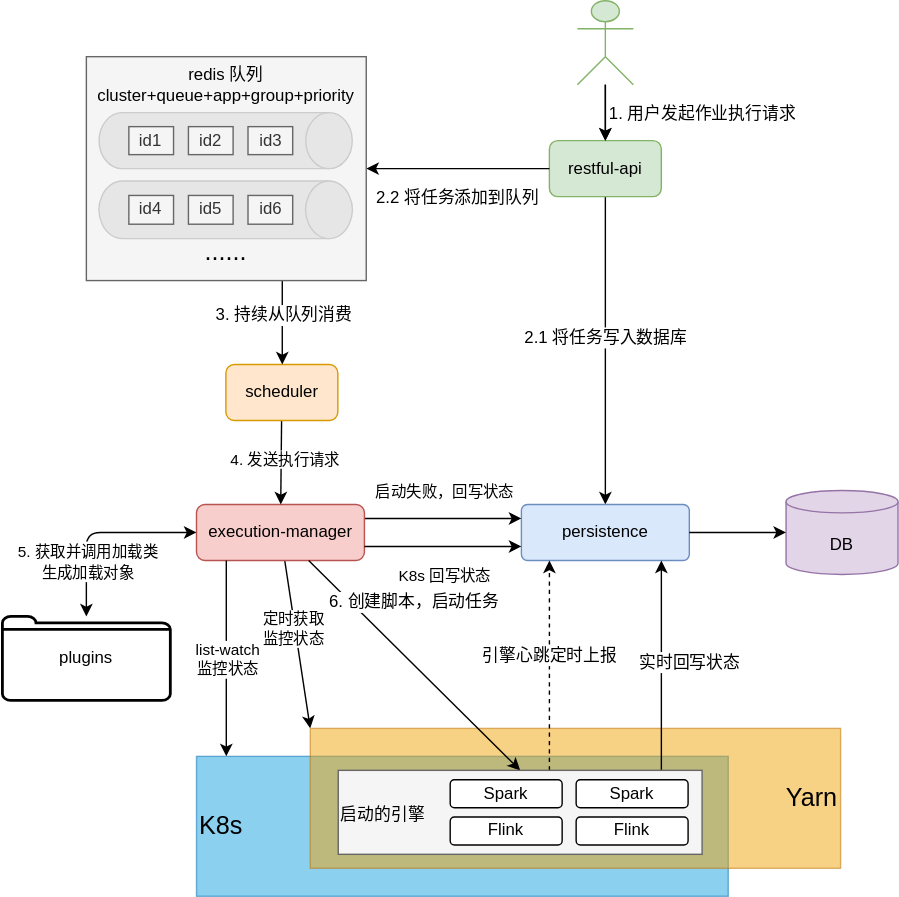
Before: doc/assets/img/engine_execution.svg, a diagram exported from draw.io (rarexixi/maple). Source tidied: cells renumbered, new cells last; positions are measured from the earlier drawing's top-left corner, leaving out a move shared by most shapes.
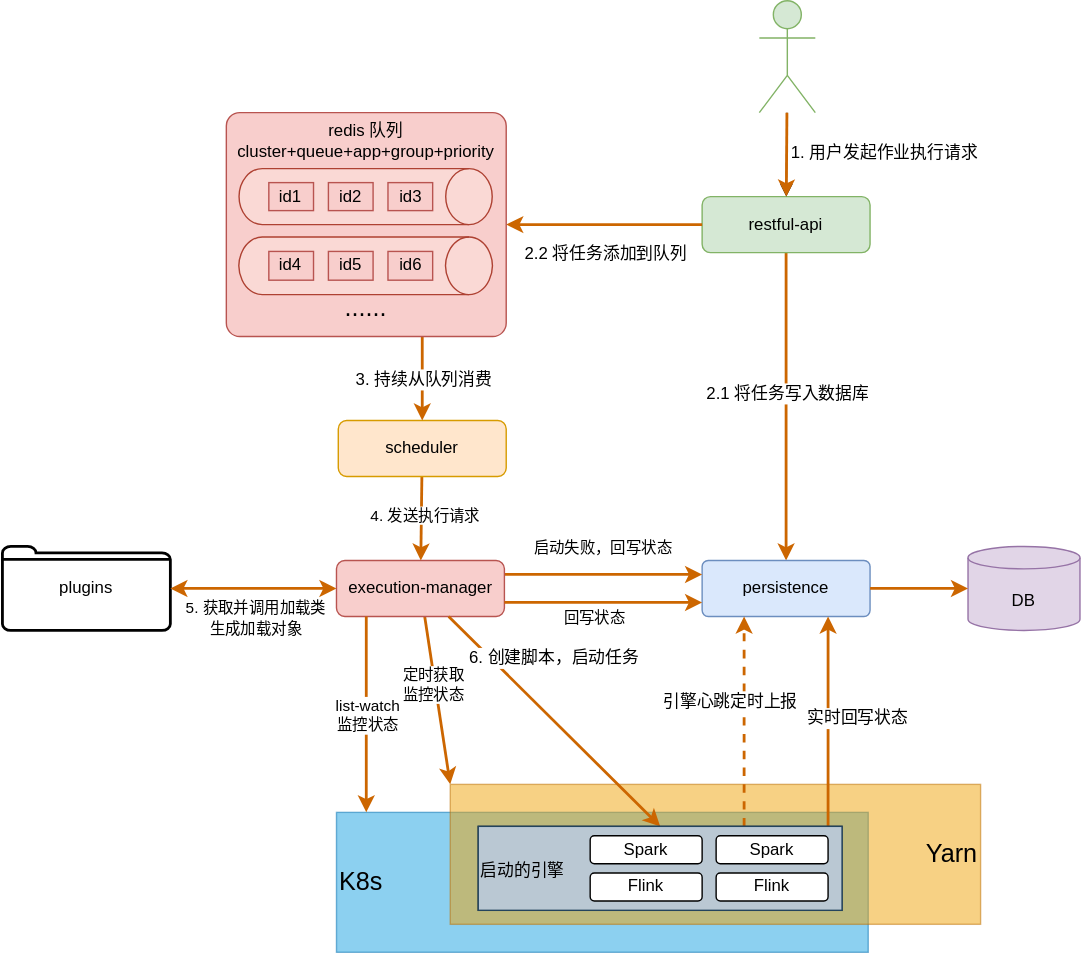
After the commit.

Commit message:
架构图修改

What changed in the source:
```diff
@@ -3,7 +3,7 @@
     <mxCell id="0" />
     <mxCell id="1" parent="0" />
     <mxCell id="2" style="group;" parent="1" vertex="1">
-      <mxGeometry y="440" width="120" height="60" as="geometry" />
+      <mxGeometry x="-100" y="350" width="120" height="60" as="geometry" />
     </mxCell>
     <mxCell id="3" style="html=1;verticalLabelPosition=bottom;align=center;labelBackgroundColor=#ffffff;verticalAlign=top;strokeWidth=2;shadow=0;dashed=0;shape=mxgraph.ios7.icons.folder;fontSize=12;" parent="2" vertex="1">
       <mxGeometry width="120" height="60" as="geometry" />
@@ -11,7 +11,7 @@
     <mxCell id="4" value="&lt;p&gt;plugins&lt;/p&gt;" style="text;html=1;strokeColor=none;fillColor=none;align=center;verticalAlign=middle;whiteSpace=wrap;rounded=0;" parent="2" vertex="1">
       <mxGeometry width="120" height="60" as="geometry" />
     </mxCell>
-    <mxCell id="5" style="edgeStyle=orthogonalEdgeStyle;html=1;fontSize=12;" parent="1" edge="1" source="7" target="8">
+    <mxCell id="5" style="edgeStyle=orthogonalEdgeStyle;html=1;fontSize=12;strokeWidth=2;strokeColor=#CC6600;" parent="1" edge="1" source="7" target="8">
       <mxGeometry relative="1" as="geometry" />
     </mxCell>
     <mxCell id="6" value="2.1 将任务写入数据库" style="edgeLabel;html=1;align=center;verticalAlign=middle;fontSize=12;" parent="5" vertex="1">
@@ -20,13 +20,13 @@
       </mxGeometry>
     </mxCell>
     <mxCell id="7" value="&lt;p&gt;restful-api&lt;/p&gt;" style="rounded=1;whiteSpace=wrap;html=1;fillColor=#d5e8d4;strokeColor=#82b366;" parent="1" vertex="1">
-      <mxGeometry x="390.9" y="100" width="80" height="40" as="geometry" />
+      <mxGeometry x="400" y="100" width="120" height="40" as="geometry" />
     </mxCell>
     <mxCell id="8" value="persistence" style="rounded=1;whiteSpace=wrap;html=1;arcSize=11;fillColor=#dae8fc;strokeColor=#6c8ebf;" parent="1" vertex="1">
-      <mxGeometry x="370.9" y="360" width="120" height="40" as="geometry" />
+      <mxGeometry x="400" y="360" width="120" height="40" as="geometry" />
     </mxCell>
     <mxCell id="9" value="&lt;font style=&quot;font-size: 12px;&quot;&gt;DB&lt;/font&gt;" style="shape=cylinder3;whiteSpace=wrap;html=1;boundedLbl=1;backgroundOutline=1;size=8;fontSize=18;fillColor=#e1d5e7;strokeColor=#9673a6;" parent="1" vertex="1">
-      <mxGeometry x="560" y="350" width="80" height="60" as="geometry" />
+      <mxGeometry x="590" y="350" width="80" height="60" as="geometry" />
     </mxCell>
     <mxCell id="10" style="edgeStyle=none;html=1;fontSize=12;" parent="1" edge="1" source="26" target="7">
       <mxGeometry relative="1" as="geometry" />
@@ -36,10 +36,10 @@
         <mxPoint x="68" y="4" as="offset" />
       </mxGeometry>
     </mxCell>
-    <mxCell id="12" style="html=1;fontSize=12;" parent="1" edge="1" source="8" target="9">
+    <mxCell id="12" style="html=1;fontSize=12;strokeWidth=2;strokeColor=#CC6600;" parent="1" edge="1" source="8" target="9">
       <mxGeometry relative="1" as="geometry" />
     </mxCell>
-    <mxCell id="13" style="html=1;fontSize=12;edgeStyle=orthogonalEdgeStyle;" parent="1" edge="1" source="7" target="30">
+    <mxCell id="13" style="html=1;fontSize=12;edgeStyle=orthogonalEdgeStyle;strokeWidth=2;strokeColor=#CC6600;" parent="1" edge="1" source="7" target="30">
       <mxGeometry relative="1" as="geometry" />
     </mxCell>
     <mxCell id="14" value="2.2 将任务添加到队列" style="edgeLabel;html=1;align=center;verticalAlign=middle;fontSize=12;" parent="13" vertex="1">
@@ -47,7 +47,7 @@
         <mxPoint x="-6" y="17" as="offset" />
       </mxGeometry>
     </mxCell>
-    <mxCell id="15" style="html=1;edgeStyle=orthogonalEdgeStyle;" parent="1" edge="1" source="19" target="8">
+    <mxCell id="15" style="html=1;edgeStyle=orthogonalEdgeStyle;strokeWidth=2;strokeColor=#CC6600;" parent="1" edge="1" source="19" target="8">
       <mxGeometry relative="1" as="geometry">
         <Array as="points">
           <mxPoint x="320" y="370" />
@@ -60,7 +60,7 @@
         <mxPoint x="7" y="-21" as="offset" />
       </mxGeometry>
     </mxCell>
-    <mxCell id="17" style="html=1;elbow=vertical;entryX=0;entryY=0;entryDx=0;entryDy=0;" parent="1" edge="1" source="19" target="44">
+    <mxCell id="17" style="html=1;elbow=vertical;entryX=0;entryY=0;entryDx=0;entryDy=0;strokeWidth=2;strokeColor=#CC6600;" parent="1" edge="1" source="19" target="44">
       <mxGeometry relative="1" as="geometry" />
     </mxCell>
     <mxCell id="18" value="定时获取&lt;br&gt;监控状态" style="edgeLabel;html=1;align=center;verticalAlign=middle;" parent="17" vertex="1">
@@ -71,7 +71,7 @@
     <mxCell id="19" value="&lt;p&gt;execution-manager&lt;br&gt;&lt;/p&gt;" style="rounded=1;whiteSpace=wrap;html=1;fontSize=12;fillColor=#f8cecc;strokeColor=#b85450;" parent="1" vertex="1">
       <mxGeometry x="138.7" y="360" width="120" height="40" as="geometry" />
     </mxCell>
-    <mxCell id="20" style="edgeStyle=none;html=1;" parent="1" edge="1" source="22" target="19">
+    <mxCell id="20" style="edgeStyle=none;html=1;strokeWidth=2;strokeColor=#CC6600;" parent="1" edge="1" source="22" target="19">
       <mxGeometry relative="1" as="geometry" />
     </mxCell>
     <mxCell id="21" value="4. 发送执行请求" style="edgeLabel;html=1;align=center;verticalAlign=middle;" parent="20" vertex="1">
@@ -80,9 +80,9 @@
       </mxGeometry>
     </mxCell>
     <mxCell id="22" value="&lt;p&gt;scheduler&lt;/p&gt;" style="rounded=1;whiteSpace=wrap;html=1;fillColor=#ffe6cc;strokeColor=#d79b00;" parent="1" vertex="1">
-      <mxGeometry x="159.7" y="260" width="80" height="40" as="geometry" />
+      <mxGeometry x="140" y="260" width="120" height="40" as="geometry" />
     </mxCell>
-    <mxCell id="23" style="endArrow=classic;startArrow=classic;html=1;fontSize=12;edgeStyle=orthogonalEdgeStyle;elbow=vertical;" parent="1" edge="1" source="4" target="19">
+    <mxCell id="23" style="endArrow=classic;startArrow=classic;html=1;fontSize=12;edgeStyle=orthogonalEdgeStyle;elbow=vertical;strokeWidth=2;strokeColor=#CC6600;" parent="1" edge="1" source="4" target="19">
       <mxGeometry relative="1" as="geometry">
         <Array as="points">
           <mxPoint x="60" y="380" />
@@ -91,16 +91,16 @@
     </mxCell>
     <mxCell id="24" value="&lt;span style=&quot;font-size: 11px;&quot;&gt;5. 获取并调用加载类&lt;/span&gt;&lt;br style=&quot;border-color: var(--border-color); font-size: 11px;&quot;&gt;&lt;span style=&quot;font-size: 11px;&quot;&gt;生成加载对象&lt;/span&gt;" style="edgeLabel;html=1;align=center;verticalAlign=middle;fontSize=12;" parent="23" vertex="1">
       <mxGeometry x="0.26" y="4" relative="1" as="geometry">
-        <mxPoint x="-28" y="24" as="offset" />
+        <mxPoint x="-15" y="24" as="offset" />
       </mxGeometry>
     </mxCell>
-    <mxCell id="25" style="edgeStyle=none;html=1;fontSize=12;" parent="1" edge="1" source="26" target="7">
+    <mxCell id="25" style="edgeStyle=none;html=1;fontSize=12;strokeWidth=2;strokeColor=#CC6600;" parent="1" edge="1" source="26" target="7">
       <mxGeometry relative="1" as="geometry" />
     </mxCell>
     <mxCell id="26" style="shape=umlActor;verticalLabelPosition=bottom;verticalAlign=top;html=1;outlineConnect=0;fontSize=12;fillColor=#d5e8d4;strokeColor=#82b366;" parent="1" vertex="1">
-      <mxGeometry x="410.9" width="40" height="60" as="geometry" />
+      <mxGeometry x="440.9" y="-40" width="40" height="80" as="geometry" />
     </mxCell>
-    <mxCell id="27" style="edgeStyle=orthogonalEdgeStyle;html=1;fontSize=12;" parent="1" edge="1" source="30" target="22">
+    <mxCell id="27" style="edgeStyle=orthogonalEdgeStyle;html=1;fontSize=12;strokeWidth=2;strokeColor=#CC6600;" parent="1" edge="1" source="30" target="22">
       <mxGeometry relative="1" as="geometry">
         <Array as="points">
           <mxPoint x="200" y="230" />
@@ -110,70 +110,29 @@
     </mxCell>
     <mxCell id="28" value="3. 持续从队列消费" style="edgeLabel;html=1;align=center;verticalAlign=middle;fontSize=12;" parent="27" vertex="1">
       <mxGeometry x="-0.13" relative="1" as="geometry">
-        <mxPoint y="-2" as="offset" />
+        <mxPoint y="4" as="offset" />
       </mxGeometry>
     </mxCell>
-    <mxCell id="29" style="group;" parent="1" vertex="1">
-      <mxGeometry x="60" y="40" width="200" height="160" as="geometry" />
-    </mxCell>
-    <mxCell id="30" style="rounded=1;whiteSpace=wrap;html=1;arcSize=0;fillColor=#f5f5f5;strokeColor=#666666;fontColor=#333333;" parent="29" vertex="1">
-      <mxGeometry width="200" height="160" as="geometry" />
-    </mxCell>
-    <mxCell id="31" value="redis 队列&lt;br&gt;cluster+queue+app+group+priority" style="text;html=1;strokeColor=none;fillColor=none;align=center;verticalAlign=middle;whiteSpace=wrap;rounded=0;fontSize=12;" parent="29" vertex="1">
-      <mxGeometry width="200" height="40" as="geometry" />
-    </mxCell>
-    <mxCell id="32" style="group;fillColor=none;fontColor=#333333;strokeColor=none;" parent="29" vertex="1">
-      <mxGeometry x="9.1" y="40" width="180.9" height="40" as="geometry" />
-    </mxCell>
-    <mxCell id="33" style="strokeWidth=1;html=1;shape=mxgraph.flowchart.direct_data;whiteSpace=wrap;fillColor=#E6E6E6;fontColor=#333333;strokeColor=#CCCCCC;" parent="32" vertex="1">
-      <mxGeometry width="180.9" height="40" as="geometry" />
-    </mxCell>
-    <mxCell id="34" value="id1" style="rounded=0;whiteSpace=wrap;html=1;fontSize=12;fillColor=#f5f5f5;fontColor=#333333;strokeColor=#666666;" parent="32" vertex="1">
-      <mxGeometry x="21.3" y="10" width="31.9" height="20" as="geometry" />
-    </mxCell>
-    <mxCell id="35" value="id2" style="rounded=0;whiteSpace=wrap;html=1;fontSize=12;fillColor=#f5f5f5;fontColor=#333333;strokeColor=#666666;" parent="32" vertex="1">
-      <mxGeometry x="63.9" y="10" width="31.9" height="20" as="geometry" />
-    </mxCell>
-    <mxCell id="36" value="id3" style="rounded=0;whiteSpace=wrap;html=1;fontSize=12;fillColor=#f5f5f5;fontColor=#333333;strokeColor=#666666;" parent="32" vertex="1">
-      <mxGeometry x="106.4" y="10" width="31.9" height="20" as="geometry" />
-    </mxCell>
-    <mxCell id="37" style="group;fillColor=none;fontColor=#333333;strokeColor=none;" parent="29" vertex="1">
-      <mxGeometry x="9.1" y="88.9" width="180.9" height="41.1" as="geometry" />
-    </mxCell>
-    <mxCell id="38" style="strokeWidth=1;html=1;shape=mxgraph.flowchart.direct_data;whiteSpace=wrap;fillColor=#E6E6E6;fontColor=#333333;strokeColor=#CCCCCC;" parent="37" vertex="1">
-      <mxGeometry width="180.9" height="41.1" as="geometry" />
-    </mxCell>
-    <mxCell id="39" value="id4" style="rounded=0;whiteSpace=wrap;html=1;fontSize=12;fillColor=#f5f5f5;fontColor=#333333;strokeColor=#666666;" parent="37" vertex="1">
-      <mxGeometry x="21.3" y="10.3" width="31.9" height="20.6" as="geometry" />
-    </mxCell>
-    <mxCell id="40" value="id5" style="rounded=0;whiteSpace=wrap;html=1;fontSize=12;fillColor=#f5f5f5;fontColor=#333333;strokeColor=#666666;" parent="37" vertex="1">
-      <mxGeometry x="63.9" y="10.3" width="31.9" height="20.6" as="geometry" />
-    </mxCell>
-    <mxCell id="41" value="id6" style="rounded=0;whiteSpace=wrap;html=1;fontSize=12;fillColor=#f5f5f5;fontColor=#333333;strokeColor=#666666;" parent="37" vertex="1">
-      <mxGeometry x="106.4" y="10.3" width="31.9" height="20.6" as="geometry" />
-    </mxCell>
-    <mxCell id="42" value="......" style="text;html=1;strokeColor=none;fillColor=none;align=center;verticalAlign=middle;whiteSpace=wrap;rounded=0;fontSize=18;" parent="29" vertex="1">
-      <mxGeometry x="40" y="130" width="120" height="20" as="geometry" />
-    </mxCell>
     <mxCell id="43" value="&lt;font color=&quot;#000000&quot;&gt;K8s&lt;/font&gt;" style="rounded=1;whiteSpace=wrap;html=1;fontSize=18;arcSize=0;fillColor=#1ba1e2;align=left;strokeColor=#006EAF;opacity=50;fontColor=#ffffff;" parent="1" vertex="1">
       <mxGeometry x="138.7" y="540" width="380" height="100" as="geometry" />
     </mxCell>
     <mxCell id="44" value="Yarn" style="rounded=1;whiteSpace=wrap;html=1;fontSize=18;arcSize=0;fillColor=#f0a30a;align=right;strokeColor=#BD7000;opacity=50;fontColor=#000000;" parent="1" vertex="1">
       <mxGeometry x="220" y="520" width="379" height="100" as="geometry" />
     </mxCell>
-    <mxCell id="45" value="引擎心跳定时上报" style="html=1;fontSize=12;startArrow=none;startFill=0;endArrow=classic;endFill=1;dashed=1;elbow=vertical;edgeStyle=orthogonalEdgeStyle;" parent="1" edge="1" source="53" target="8">
-      <mxGeometry x="0.09" relative="1" as="geometry">
+    <mxCell id="45" value="引擎心跳定时上报" style="html=1;fontSize=12;startArrow=none;startFill=0;endArrow=classic;endFill=1;dashed=1;elbow=vertical;edgeStyle=orthogonalEdgeStyle;strokeWidth=2;strokeColor=#CC6600;" parent="1" edge="1" source="53" target="8">
+      <mxGeometry x="0.2" y="10" relative="1" as="geometry">
         <Array as="points">
-          <mxPoint x="390.9" y="430" />
-          <mxPoint x="390.9" y="430" />
+          <mxPoint x="430" y="420" />
+          <mxPoint x="430" y="420" />
         </Array>
+        <mxPoint y="1" as="offset" />
       </mxGeometry>
     </mxCell>
-    <mxCell id="46" style="edgeStyle=orthogonalEdgeStyle;html=1;fontSize=12;startArrow=none;startFill=0;endArrow=classic;endFill=1;" parent="1" edge="1" source="53" target="8">
+    <mxCell id="46" style="edgeStyle=orthogonalEdgeStyle;html=1;fontSize=12;startArrow=none;startFill=0;endArrow=classic;endFill=1;strokeWidth=2;strokeColor=#CC6600;" parent="1" edge="1" source="53" target="8">
       <mxGeometry relative="1" as="geometry">
         <Array as="points">
-          <mxPoint x="470.9" y="480" />
-          <mxPoint x="470.9" y="480" />
+          <mxPoint x="490" y="480" />
+          <mxPoint x="490" y="480" />
         </Array>
       </mxGeometry>
     </mxCell>
@@ -182,7 +141,7 @@
         <mxPoint x="16" y="-12" as="offset" />
       </mxGeometry>
     </mxCell>
-    <mxCell id="48" style="html=1;fontSize=12;startArrow=none;startFill=0;endArrow=classic;endFill=1;entryX=0.5;entryY=0;entryDx=0;entryDy=0;" parent="1" edge="1" source="19" target="53">
+    <mxCell id="48" style="html=1;fontSize=12;startArrow=none;startFill=0;endArrow=classic;endFill=1;entryX=0.5;entryY=0;entryDx=0;entryDy=0;strokeWidth=2;strokeColor=#CC6600;" parent="1" edge="1" source="19" target="53">
       <mxGeometry relative="1" as="geometry" />
     </mxCell>
     <mxCell id="49" value="6. 创建脚本，启动任务" style="edgeLabel;html=1;align=center;verticalAlign=middle;fontSize=12;" parent="48" vertex="1">
@@ -190,7 +149,7 @@
         <mxPoint x="43" y="-4" as="offset" />
       </mxGeometry>
     </mxCell>
-    <mxCell id="50" style="edgeStyle=orthogonalEdgeStyle;html=1;" parent="1" edge="1" source="19" target="43">
+    <mxCell id="50" style="edgeStyle=orthogonalEdgeStyle;html=1;strokeWidth=2;strokeColor=#CC6600;" parent="1" edge="1" source="19" target="43">
       <mxGeometry relative="1" as="geometry">
         <Array as="points">
           <mxPoint x="160" y="470" />
@@ -203,10 +162,10 @@
         <mxPoint x="-2" y="11" as="offset" />
       </mxGeometry>
     </mxCell>
-    <mxCell id="52" style="group;" parent="1" vertex="1">
+    <mxCell id="52" style="group;fillColor=#cce5ff;strokeColor=#36393d;" parent="1" vertex="1">
       <mxGeometry x="240" y="550" width="260" height="60" as="geometry" />
     </mxCell>
-    <mxCell id="53" value="&lt;span style=&quot;color: rgb(0, 0, 0); font-size: 12px;&quot;&gt;&amp;nbsp; 启动的引擎&lt;/span&gt;" style="rounded=1;whiteSpace=wrap;html=1;fontSize=18;arcSize=0;fillColor=#f5f5f5;fontColor=#333333;strokeColor=#666666;align=left;" parent="52" vertex="1">
+    <mxCell id="53" value="&lt;span style=&quot;color: rgb(0, 0, 0); font-size: 12px;&quot;&gt;&amp;nbsp; 启动的引擎&lt;/span&gt;" style="rounded=1;whiteSpace=wrap;html=1;fontSize=18;arcSize=0;fillColor=#bac8d3;strokeColor=#23445d;align=left;" parent="52" vertex="1">
       <mxGeometry width="260" height="60" as="geometry" />
     </mxCell>
     <mxCell id="54" value="Spark" style="rounded=1;whiteSpace=wrap;html=1;fontSize=12;" parent="52" vertex="1">
@@ -221,7 +180,7 @@
     <mxCell id="57" value="Flink" style="rounded=1;whiteSpace=wrap;html=1;fontSize=12;" parent="52" vertex="1">
       <mxGeometry x="170" y="33.3" width="80" height="20" as="geometry" />
     </mxCell>
-    <mxCell id="58" style="html=1;edgeStyle=orthogonalEdgeStyle;" parent="1" edge="1" source="19" target="8">
+    <mxCell id="58" style="html=1;edgeStyle=orthogonalEdgeStyle;strokeWidth=2;strokeColor=#CC6600;" parent="1" edge="1" source="19" target="8">
       <mxGeometry relative="1" as="geometry">
         <Array as="points">
           <mxPoint x="320" y="390" />
@@ -229,10 +188,43 @@
         </Array>
       </mxGeometry>
     </mxCell>
-    <mxCell id="59" value="K8s 回写状态" style="edgeLabel;html=1;align=center;verticalAlign=middle;" parent="58" vertex="1">
+    <mxCell id="59" value="回写状态" style="edgeLabel;html=1;align=center;verticalAlign=middle;" parent="58" vertex="1">
       <mxGeometry x="-0.11" y="-1" relative="1" as="geometry">
-        <mxPoint x="7" y="19" as="offset" />
+        <mxPoint x="1" y="9" as="offset" />
       </mxGeometry>
     </mxCell>
+    <mxCell id="30" style="rounded=1;whiteSpace=wrap;html=1;arcSize=6;fillColor=#f8cecc;strokeColor=#b85450;" parent="1" vertex="1">
+      <mxGeometry x="60" y="40" width="200" height="160" as="geometry" />
+    </mxCell>
+    <mxCell id="31" value="redis 队列&lt;br&gt;cluster+queue+app+group+priority" style="text;html=1;strokeColor=none;fillColor=none;align=center;verticalAlign=middle;whiteSpace=wrap;rounded=0;fontSize=12;" parent="1" vertex="1">
+      <mxGeometry x="60" y="40" width="200" height="40" as="geometry" />
+    </mxCell>
+    <mxCell id="42" value="......" style="text;html=1;strokeColor=none;fillColor=none;align=center;verticalAlign=middle;whiteSpace=wrap;rounded=0;fontSize=18;" parent="1" vertex="1">
+      <mxGeometry x="100" y="170" width="120" height="20" as="geometry" />
+    </mxCell>
+    <mxCell id="33" style="strokeWidth=1;html=1;shape=mxgraph.flowchart.direct_data;whiteSpace=wrap;fillColor=#fad9d5;strokeColor=#ae4132;" parent="1" vertex="1">
+      <mxGeometry x="69.1" y="80" width="180.9" height="40" as="geometry" />
+    </mxCell>
+    <mxCell id="34" value="id1" style="rounded=0;whiteSpace=wrap;html=1;fontSize=12;fillColor=#f8cecc;strokeColor=#b85450;" parent="1" vertex="1">
+      <mxGeometry x="90.4" y="90" width="31.9" height="20" as="geometry" />
+    </mxCell>
+    <mxCell id="35" value="id2" style="rounded=0;whiteSpace=wrap;html=1;fontSize=12;fillColor=#f8cecc;strokeColor=#b85450;" parent="1" vertex="1">
+      <mxGeometry x="132.9" y="90" width="31.9" height="20" as="geometry" />
+    </mxCell>
+    <mxCell id="36" value="id3" style="rounded=0;whiteSpace=wrap;html=1;fontSize=12;fillColor=#f8cecc;strokeColor=#b85450;" parent="1" vertex="1">
+      <mxGeometry x="175.5" y="90" width="31.9" height="20" as="geometry" />
+    </mxCell>
+    <mxCell id="38" style="strokeWidth=1;html=1;shape=mxgraph.flowchart.direct_data;whiteSpace=wrap;fillColor=#fad9d5;strokeColor=#ae4132;" parent="1" vertex="1">
+      <mxGeometry x="69.1" y="128.9" width="180.9" height="41.1" as="geometry" />
+    </mxCell>
+    <mxCell id="39" value="id4" style="rounded=0;whiteSpace=wrap;html=1;fontSize=12;fillColor=#f8cecc;strokeColor=#b85450;" parent="1" vertex="1">
+      <mxGeometry x="90.4" y="139.2" width="31.9" height="20.6" as="geometry" />
+    </mxCell>
+    <mxCell id="40" value="id5" style="rounded=0;whiteSpace=wrap;html=1;fontSize=12;fillColor=#f8cecc;strokeColor=#b85450;" parent="1" vertex="1">
+      <mxGeometry x="132.9" y="139.2" width="31.9" height="20.6" as="geometry" />
+    </mxCell>
+    <mxCell id="41" value="id6" style="rounded=0;whiteSpace=wrap;html=1;fontSize=12;fillColor=#f8cecc;strokeColor=#b85450;" parent="1" vertex="1">
+      <mxGeometry x="175.5" y="139.2" width="31.9" height="20.6" as="geometry" />
+    </mxCell>
   </root>
 </mxGraphModel>
```
